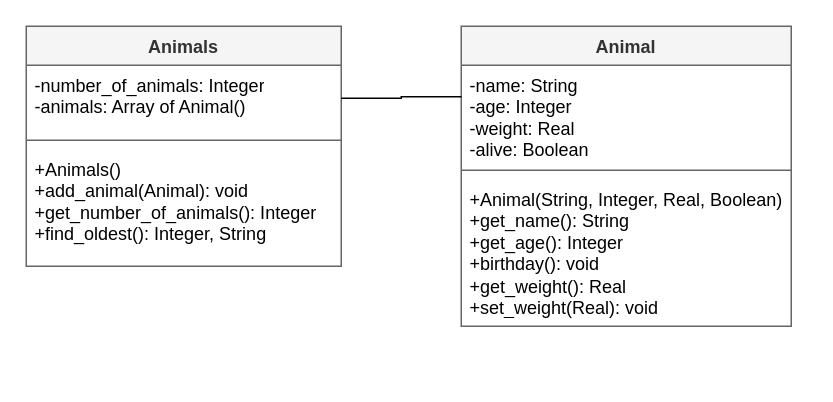
This is page "class" (2 of 3) of ah-cs/sdd/AH-SDD-Animals/assets/diagrams/AH-SDD-Animals.drawio from MrFriendCS/MrFriendCS.github.io, a draw.io file, before an edit. Source tidied: cells renumbered, new cells numbered last; positions are measured from the earlier drawing's top-left corner, leaving out a move shared by most shapes. Both pictures are drawn from the tidied source at 150%, with x=0, y=0 at pixel (26, 26).
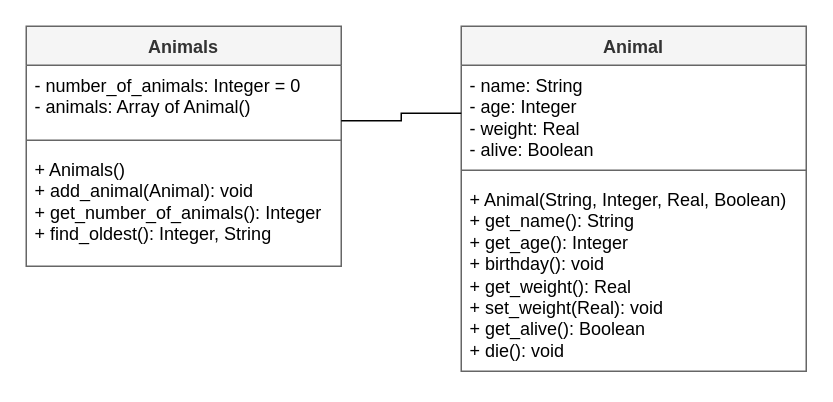
Above is the later version.

Change to the diagram source:
```diff
@@
 <mxGraphModel>
   <root>
     <mxCell id="0" />
     <mxCell id="1" parent="0" />
     <mxCell id="2" value="Animals" style="swimlane;fontStyle=1;align=center;verticalAlign=top;horizontal=1;startSize=26;whiteSpace=wrap;html=1;fillColor=#f5f5f5;fontColor=#333333;strokeColor=#666666;" parent="1" vertex="1">
       <mxGeometry width="210" height="160" as="geometry" />
     </mxCell>
-    <mxCell id="3" value="&lt;div&gt;-number_of_animals: Integer&lt;/div&gt;&lt;div&gt;-animals: Array of Animal()&lt;/div&gt;" style="text;strokeColor=none;fillColor=none;align=left;verticalAlign=top;spacingLeft=4;spacingRight=4;overflow=hidden;points=[[0,0.5],[1,0.5]];portConstraint=eastwest;whiteSpace=wrap;html=1;" parent="2" vertex="1">
+    <mxCell id="3" value="&lt;div&gt;- number_of_animals: Integer = 0&lt;/div&gt;&lt;div&gt;- animals: Array of Animal()&lt;/div&gt;" style="text;strokeColor=none;fillColor=none;align=left;verticalAlign=top;spacingLeft=4;spacingRight=4;overflow=hidden;points=[[0,0.5],[1,0.5]];portConstraint=eastwest;whiteSpace=wrap;html=1;" parent="2" vertex="1">
       <mxGeometry y="26" width="210" height="44" as="geometry" />
     </mxCell>
     <mxCell id="4" style="line;strokeWidth=1;fillColor=none;align=left;verticalAlign=middle;spacingTop=-1;spacingLeft=3;spacingRight=3;labelPosition=right;strokeColor=inherit;" parent="2" vertex="1">
       <mxGeometry y="70" width="210" height="12" as="geometry" />
     </mxCell>
-    <mxCell id="5" value="+Animals()&lt;div&gt;+add_animal(Animal): void&lt;/div&gt;&lt;div&gt;+get_number_of_animals(): Integer&lt;br&gt;&lt;div&gt;+find_oldest(): Integer, String&lt;/div&gt;&lt;/div&gt;" style="text;strokeColor=none;fillColor=none;align=left;verticalAlign=top;spacingLeft=4;spacingRight=4;overflow=hidden;whiteSpace=wrap;html=1;" parent="2" vertex="1">
+    <mxCell id="5" value="+ Animals()&lt;div&gt;+ add_animal(Animal): void&lt;/div&gt;&lt;div&gt;+ get_number_of_animals(): Integer&lt;br&gt;&lt;div&gt;+ find_oldest(): Integer, String&lt;/div&gt;&lt;/div&gt;" style="text;strokeColor=none;fillColor=none;align=left;verticalAlign=top;spacingLeft=4;spacingRight=4;overflow=hidden;whiteSpace=wrap;html=1;" parent="2" vertex="1">
       <mxGeometry y="82" width="210" height="78" as="geometry" />
     </mxCell>
     <mxCell id="6" value="Animal" style="swimlane;fontStyle=1;align=center;verticalAlign=top;horizontal=1;startSize=26;whiteSpace=wrap;html=1;fillColor=#f5f5f5;fontColor=#333333;strokeColor=#666666;" parent="1" vertex="1">
-      <mxGeometry x="290" width="220" height="200" as="geometry" />
+      <mxGeometry x="290" width="230" height="230" as="geometry" />
     </mxCell>
-    <mxCell id="7" value="-name: String&lt;div&gt;-age: Integer&lt;/div&gt;&lt;div&gt;-weight: Real&lt;/div&gt;&lt;div&gt;-alive: Boolean&lt;/div&gt;" style="text;strokeColor=none;fillColor=none;align=left;verticalAlign=top;spacingLeft=4;spacingRight=4;overflow=hidden;points=[[0,0.5],[1,0.5]];portConstraint=eastwest;whiteSpace=wrap;html=1;" parent="6" vertex="1">
-      <mxGeometry y="26" width="220" height="64" as="geometry" />
+    <mxCell id="7" value="- name: String&lt;div&gt;- age: Integer&lt;/div&gt;&lt;div&gt;- weight: Real&lt;/div&gt;&lt;div&gt;- alive: Boolean&lt;/div&gt;" style="text;strokeColor=none;fillColor=none;align=left;verticalAlign=top;spacingLeft=4;spacingRight=4;overflow=hidden;points=[[0,0.5],[1,0.5]];portConstraint=eastwest;whiteSpace=wrap;html=1;" parent="6" vertex="1">
+      <mxGeometry y="26" width="230" height="64" as="geometry" />
     </mxCell>
     <mxCell id="8" style="line;strokeWidth=1;fillColor=none;align=left;verticalAlign=middle;spacingTop=-1;spacingLeft=3;spacingRight=3;labelPosition=right;strokeColor=inherit;" parent="6" vertex="1">
-      <mxGeometry y="90" width="220" height="12" as="geometry" />
+      <mxGeometry y="90" width="230" height="12" as="geometry" />
     </mxCell>
-    <mxCell id="9" value="+Animal(String, Integer, Real, Boolean)&lt;div&gt;+get_name(): String&lt;/div&gt;&lt;div&gt;+get_age(): Integer&lt;/div&gt;&lt;div&gt;+birthday(): void&lt;/div&gt;&lt;div&gt;+get_weight(): Real&lt;/div&gt;&lt;div&gt;+set_weight(Real): void&lt;/div&gt;" style="text;strokeColor=none;fillColor=none;align=left;verticalAlign=top;spacingLeft=4;spacingRight=4;overflow=hidden;whiteSpace=wrap;html=1;" parent="6" vertex="1">
-      <mxGeometry y="102" width="220" height="98" as="geometry" />
+    <mxCell id="9" value="+ Animal(String, Integer, Real, Boolean)&lt;div&gt;+ get_name(): String&lt;/div&gt;&lt;div&gt;+ get_age(): Integer&lt;/div&gt;&lt;div&gt;+ birthday(): void&lt;/div&gt;&lt;div&gt;+ get_weight(): Real&lt;/div&gt;&lt;div&gt;+ set_weight(Real): void&lt;/div&gt;&lt;div&gt;+ get_alive(): Boolean&lt;/div&gt;&lt;div&gt;+ die(): void&lt;/div&gt;" style="text;strokeColor=none;fillColor=none;align=left;verticalAlign=top;spacingLeft=4;spacingRight=4;overflow=hidden;whiteSpace=wrap;html=1;" parent="6" vertex="1">
+      <mxGeometry y="102" width="230" height="128" as="geometry" />
     </mxCell>
-    <mxCell id="10" style="edgeStyle=orthogonalEdgeStyle;rounded=0;jettySize=auto;html=1;exitX=1;exitY=0.5;exitDx=0;exitDy=0;entryX=0.001;entryY=0.328;entryDx=0;entryDy=0;entryPerimeter=0;endArrow=none;endFill=0;" parent="1" edge="1" source="3" target="7">
+    <mxCell id="10" style="edgeStyle=orthogonalEdgeStyle;rounded=0;jettySize=auto;html=1;exitX=1;exitY=0.841;exitDx=0;exitDy=0;entryX=0;entryY=0.5;entryDx=0;entryDy=0;endArrow=none;endFill=0;exitPerimeter=0;" parent="1" edge="1" source="3" target="7">
       <mxGeometry relative="1" as="geometry" />
     </mxCell>
   </root>
 </mxGraphModel>
```
